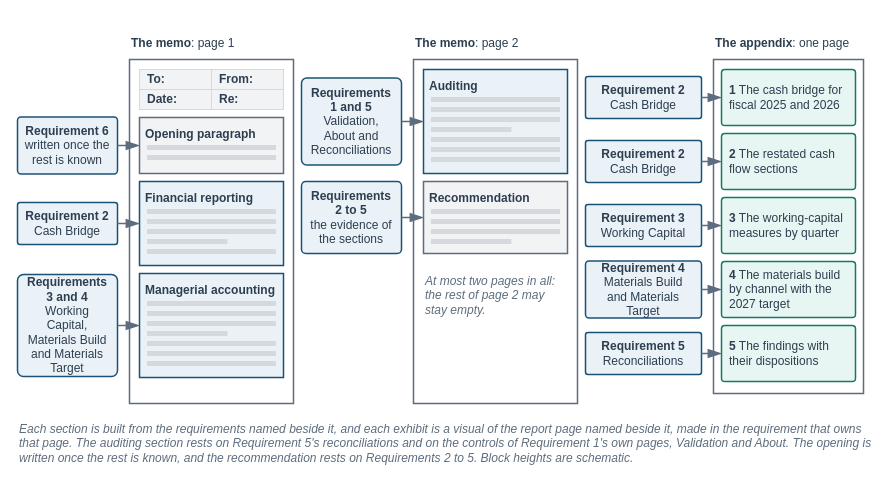
Before: facts/instructor/figures/case-part-4/IF-C4-6-A.drawio in mmcodesso/Accounting_Analytics_Book, a draw.io diagram. Source tidied: cells renumbered, new cells numbered last; positions are measured from the earlier drawing's top-left corner, leaving out a move shared by most shapes. Both pictures are drawn from the tidied source at 100%, with x=0, y=0 at pixel (17, 29).
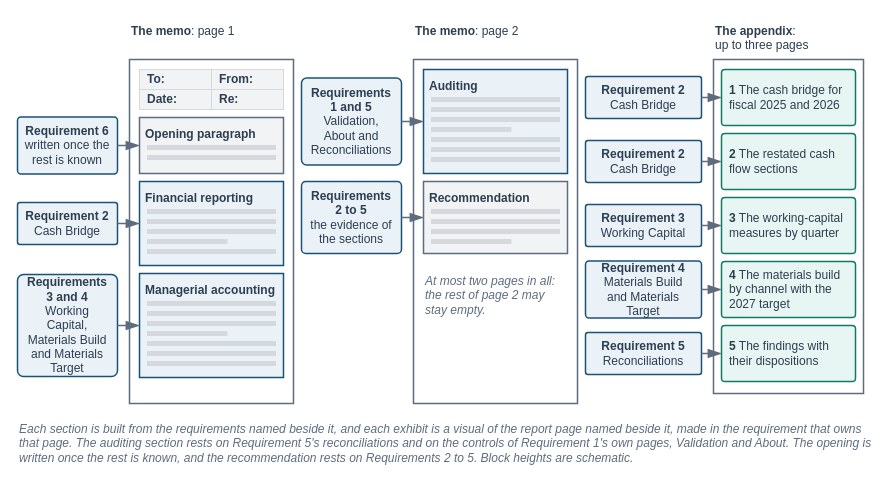
After the change.

What changed in the source:
```diff
@@
     <mxCell id="2" style="rounded=0;html=1;fillColor=none;strokeColor=none;" parent="1" vertex="1">
-      <mxGeometry width="860" height="441" as="geometry" />
+      <mxGeometry y="-12" width="860" height="453" as="geometry" />
     </mxCell>
     <mxCell id="3" value="&lt;b&gt;The memo&lt;/b&gt;: page 1" style="text;html=1;whiteSpace=wrap;align=left;verticalAlign=top;fontSize=12;fontColor=#2C3E50;fontStyle=0;fontFamily=Helvetica;spacing=2;fillColor=none;strokeColor=none;" parent="1" vertex="1">
-      <mxGeometry x="112" width="164" height="22" as="geometry" />
+      <mxGeometry x="112" y="-12" width="164" height="22" as="geometry" />
     </mxCell>
     <mxCell id="4" value="&lt;b&gt;The memo&lt;/b&gt;: page 2" style="text;html=1;whiteSpace=wrap;align=left;verticalAlign=top;fontSize=12;fontColor=#2C3E50;fontStyle=0;fontFamily=Helvetica;spacing=2;fillColor=none;strokeColor=none;" parent="1" vertex="1">
-      <mxGeometry x="396" width="164" height="22" as="geometry" />
+      <mxGeometry x="396" y="-12" width="164" height="22" as="geometry" />
     </mxCell>
-    <mxCell id="5" value="&lt;b&gt;The appendix&lt;/b&gt;: one page" style="text;html=1;whiteSpace=wrap;align=left;verticalAlign=top;fontSize=12;fontColor=#2C3E50;fontStyle=0;fontFamily=Helvetica;spacing=2;fillColor=none;strokeColor=none;" parent="1" vertex="1">
-      <mxGeometry x="696" width="150" height="22" as="geometry" />
+    <mxCell id="5" value="&lt;b&gt;The appendix&lt;/b&gt;:&lt;br&gt;up to three pages" style="text;html=1;whiteSpace=wrap;align=left;verticalAlign=top;fontSize=12;fontColor=#2C3E50;fontStyle=0;fontFamily=Helvetica;spacing=2;fillColor=none;strokeColor=none;" parent="1" vertex="1">
+      <mxGeometry x="696" y="-12" width="150" height="36" as="geometry" />
     </mxCell>
```
